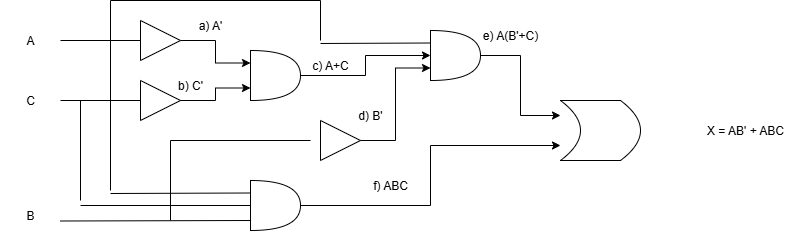
Before: Case 3 Logic circuit.drawio.png, a diagram exported from draw.io (u3309902/Pet-Feeder-Project). Source tidied: cells renumbered, new cells last; positions are measured from the earlier drawing's top-left corner, leaving out a move shared by most shapes. The source it was exported from:
```xml
<mxGraphModel>
  <root>
    <mxCell id="0" />
    <mxCell id="1" parent="0" />
    <mxCell id="2" style="triangle;whiteSpace=wrap;html=1;" parent="1" vertex="1">
      <mxGeometry x="140" y="20" width="40" height="40" as="geometry" />
    </mxCell>
    <mxCell id="3" style="triangle;whiteSpace=wrap;html=1;" parent="1" vertex="1">
      <mxGeometry x="140" y="80" width="40" height="40" as="geometry" />
    </mxCell>
    <mxCell id="4" style="shape=or;whiteSpace=wrap;html=1;" parent="1" vertex="1">
      <mxGeometry x="250" y="50" width="50" height="50" as="geometry" />
    </mxCell>
    <mxCell id="5" style="triangle;whiteSpace=wrap;html=1;" parent="1" vertex="1">
      <mxGeometry x="320" y="120" width="40" height="40" as="geometry" />
    </mxCell>
    <mxCell id="6" style="edgeStyle=orthogonalEdgeStyle;rounded=0;jettySize=auto;html=1;exitX=1;exitY=0.5;exitDx=0;exitDy=0;exitPerimeter=0;entryX=1;entryY=0.25;entryDx=0;entryDy=0;" parent="1" edge="1" source="7" target="10">
      <mxGeometry relative="1" as="geometry" />
    </mxCell>
    <mxCell id="7" style="shape=or;whiteSpace=wrap;html=1;" parent="1" vertex="1">
      <mxGeometry x="250" y="180" width="50" height="50" as="geometry" />
    </mxCell>
    <mxCell id="8" style="edgeStyle=orthogonalEdgeStyle;rounded=0;jettySize=auto;html=1;exitX=1;exitY=0.5;exitDx=0;exitDy=0;exitPerimeter=0;entryX=1;entryY=0.75;entryDx=0;entryDy=0;" parent="1" edge="1" source="9" target="10">
      <mxGeometry relative="1" as="geometry" />
    </mxCell>
    <mxCell id="9" style="shape=or;whiteSpace=wrap;html=1;" parent="1" vertex="1">
      <mxGeometry x="430" y="30" width="50" height="50" as="geometry" />
    </mxCell>
    <mxCell id="10" style="shape=dataStorage;whiteSpace=wrap;html=1;fixedSize=1;direction=west;" parent="1" vertex="1">
      <mxGeometry x="560" y="100" width="80" height="60" as="geometry" />
    </mxCell>
    <mxCell id="11" style="edgeStyle=orthogonalEdgeStyle;rounded=0;jettySize=auto;html=1;exitX=1;exitY=0.5;exitDx=0;exitDy=0;entryX=0;entryY=0.25;entryDx=0;entryDy=0;entryPerimeter=0;" parent="1" edge="1" source="2" target="4">
      <mxGeometry relative="1" as="geometry" />
    </mxCell>
    <mxCell id="12" style="edgeStyle=orthogonalEdgeStyle;rounded=0;jettySize=auto;html=1;exitX=1;exitY=0.5;exitDx=0;exitDy=0;entryX=0;entryY=0.75;entryDx=0;entryDy=0;entryPerimeter=0;" parent="1" edge="1" source="3" target="4">
      <mxGeometry relative="1" as="geometry" />
    </mxCell>
    <mxCell id="13" style="endArrow=none;html=1;rounded=0;entryX=0;entryY=0.5;entryDx=0;entryDy=0;" parent="1" edge="1" target="2">
      <mxGeometry relative="1" as="geometry">
        <mxPoint x="60" y="40" as="sourcePoint" />
        <Array as="points">
          <mxPoint x="110" y="40" />
        </Array>
      </mxGeometry>
    </mxCell>
    <mxCell id="14" style="endArrow=none;html=1;rounded=0;entryX=0;entryY=0.5;entryDx=0;entryDy=0;" parent="1" edge="1">
      <mxGeometry relative="1" as="geometry">
        <mxPoint x="60" y="100" as="sourcePoint" />
        <mxPoint x="140" y="100" as="targetPoint" />
      </mxGeometry>
    </mxCell>
    <mxCell id="15" style="endArrow=none;html=1;rounded=0;entryX=0;entryY=0.5;entryDx=0;entryDy=0;" parent="1" edge="1">
      <mxGeometry relative="1" as="geometry">
        <mxPoint x="60" y="220.5" as="sourcePoint" />
        <mxPoint x="250" y="220" as="targetPoint" />
      </mxGeometry>
    </mxCell>
    <mxCell id="16" style="endArrow=none;html=1;rounded=0;" parent="1" edge="1">
      <mxGeometry relative="1" as="geometry">
        <mxPoint x="80" y="100" as="sourcePoint" />
        <mxPoint x="80" y="200" as="targetPoint" />
      </mxGeometry>
    </mxCell>
    <mxCell id="17" style="endArrow=none;html=1;rounded=0;" parent="1" edge="1">
      <mxGeometry relative="1" as="geometry">
        <mxPoint x="110" y="40" as="sourcePoint" />
        <mxPoint x="110" y="190" as="targetPoint" />
      </mxGeometry>
    </mxCell>
    <mxCell id="18" style="endArrow=none;html=1;rounded=0;entryX=0;entryY=0.25;entryDx=0;entryDy=0;entryPerimeter=0;" parent="1" edge="1" target="7">
      <mxGeometry relative="1" as="geometry">
        <mxPoint x="110" y="193" as="sourcePoint" />
      </mxGeometry>
    </mxCell>
    <mxCell id="19" style="endArrow=none;html=1;rounded=0;entryX=0;entryY=0.5;entryDx=0;entryDy=0;entryPerimeter=0;" parent="1" edge="1" target="7">
      <mxGeometry relative="1" as="geometry">
        <mxPoint x="80" y="205" as="sourcePoint" />
      </mxGeometry>
    </mxCell>
    <mxCell id="20" style="endArrow=none;html=1;rounded=0;" parent="1" edge="1">
      <mxGeometry relative="1" as="geometry">
        <mxPoint x="170" y="220" as="sourcePoint" />
        <mxPoint x="170" y="140" as="targetPoint" />
      </mxGeometry>
    </mxCell>
    <mxCell id="21" style="endArrow=none;html=1;rounded=0;" parent="1" edge="1">
      <mxGeometry relative="1" as="geometry">
        <mxPoint x="170" y="140" as="sourcePoint" />
        <mxPoint x="310" y="140" as="targetPoint" />
      </mxGeometry>
    </mxCell>
    <mxCell id="22" style="edgeStyle=orthogonalEdgeStyle;rounded=0;jettySize=auto;html=1;exitX=1;exitY=0.5;exitDx=0;exitDy=0;entryX=0;entryY=0.75;entryDx=0;entryDy=0;entryPerimeter=0;" parent="1" edge="1" source="5" target="9">
      <mxGeometry relative="1" as="geometry" />
    </mxCell>
    <mxCell id="23" style="edgeStyle=orthogonalEdgeStyle;rounded=0;jettySize=auto;html=1;exitX=1;exitY=0.5;exitDx=0;exitDy=0;exitPerimeter=0;entryX=0;entryY=0.5;entryDx=0;entryDy=0;entryPerimeter=0;" parent="1" edge="1" source="4" target="9">
      <mxGeometry relative="1" as="geometry" />
    </mxCell>
    <mxCell id="24" style="endArrow=none;html=1;rounded=0;" parent="1" edge="1">
      <mxGeometry relative="1" as="geometry">
        <mxPoint x="110" y="40" as="sourcePoint" />
        <mxPoint x="110" as="targetPoint" />
      </mxGeometry>
    </mxCell>
    <mxCell id="25" style="endArrow=none;html=1;rounded=0;" parent="1" edge="1">
      <mxGeometry relative="1" as="geometry">
        <mxPoint x="110" as="sourcePoint" />
        <mxPoint x="320" as="targetPoint" />
      </mxGeometry>
    </mxCell>
    <mxCell id="26" style="endArrow=none;html=1;rounded=0;" parent="1" edge="1">
      <mxGeometry relative="1" as="geometry">
        <mxPoint x="320" as="sourcePoint" />
        <mxPoint x="320" y="40" as="targetPoint" />
      </mxGeometry>
    </mxCell>
    <mxCell id="27" style="endArrow=none;html=1;rounded=0;entryX=0;entryY=0.25;entryDx=0;entryDy=0;entryPerimeter=0;" parent="1" edge="1" target="9">
      <mxGeometry relative="1" as="geometry">
        <mxPoint x="320" y="43" as="sourcePoint" />
      </mxGeometry>
    </mxCell>
    <mxCell id="28" value="a) A'" style="text;strokeColor=none;align=center;fillColor=none;html=1;verticalAlign=middle;whiteSpace=wrap;rounded=0;" parent="1" vertex="1">
      <mxGeometry x="180" y="10" width="60" height="30" as="geometry" />
    </mxCell>
    <mxCell id="29" value="A" style="text;strokeColor=none;align=center;fillColor=none;html=1;verticalAlign=middle;whiteSpace=wrap;rounded=0;" parent="1" vertex="1">
      <mxGeometry y="25" width="60" height="30" as="geometry" />
    </mxCell>
    <mxCell id="30" value="C" style="text;strokeColor=none;align=center;fillColor=none;html=1;verticalAlign=middle;whiteSpace=wrap;rounded=0;" parent="1" vertex="1">
      <mxGeometry y="85" width="60" height="30" as="geometry" />
    </mxCell>
    <mxCell id="31" value="B" style="text;strokeColor=none;align=center;fillColor=none;html=1;verticalAlign=middle;whiteSpace=wrap;rounded=0;" parent="1" vertex="1">
      <mxGeometry y="200" width="60" height="30" as="geometry" />
    </mxCell>
    <mxCell id="32" value="d) B'" style="text;strokeColor=none;align=center;fillColor=none;html=1;verticalAlign=middle;whiteSpace=wrap;rounded=0;" parent="1" vertex="1">
      <mxGeometry x="340" y="100" width="60" height="30" as="geometry" />
    </mxCell>
    <mxCell id="33" value="b) C'" style="text;strokeColor=none;align=center;fillColor=none;html=1;verticalAlign=middle;whiteSpace=wrap;rounded=0;" parent="1" vertex="1">
      <mxGeometry x="160" y="70" width="60" height="30" as="geometry" />
    </mxCell>
    <mxCell id="34" value="c) A+C" style="text;strokeColor=none;align=center;fillColor=none;html=1;verticalAlign=middle;whiteSpace=wrap;rounded=0;" parent="1" vertex="1">
      <mxGeometry x="300" y="50" width="60" height="30" as="geometry" />
    </mxCell>
    <mxCell id="35" value="e) A(B'+C)" style="text;strokeColor=none;align=center;fillColor=none;html=1;verticalAlign=middle;whiteSpace=wrap;rounded=0;" parent="1" vertex="1">
      <mxGeometry x="480" y="20" width="60" height="30" as="geometry" />
    </mxCell>
    <mxCell id="36" value="f) ABC" style="text;strokeColor=none;align=center;fillColor=none;html=1;verticalAlign=middle;whiteSpace=wrap;rounded=0;" parent="1" vertex="1">
      <mxGeometry x="360" y="170" width="60" height="30" as="geometry" />
    </mxCell>
    <mxCell id="37" value="X = AB' + ABC" style="text;strokeColor=none;align=center;fillColor=none;html=1;verticalAlign=middle;whiteSpace=wrap;rounded=0;" parent="1" vertex="1">
      <mxGeometry x="700" y="115" width="90" height="30" as="geometry" />
    </mxCell>
  </root>
</mxGraphModel>
```
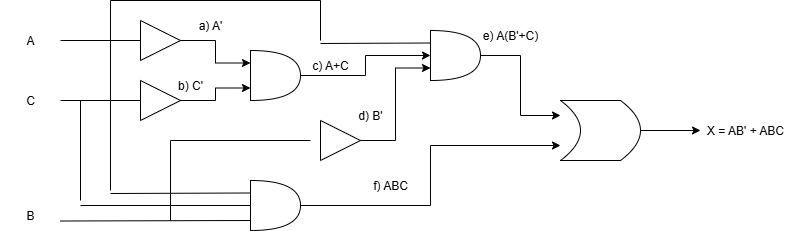
Above is the later version.

The edit, as a diff of the source:
```diff
@@ -26,6 +26,9 @@
     <mxCell id="9" style="shape=or;whiteSpace=wrap;html=1;" parent="1" vertex="1">
       <mxGeometry x="430" y="30" width="50" height="50" as="geometry" />
     </mxCell>
+    <mxCell id="38" style="edgeStyle=orthogonalEdgeStyle;rounded=0;jettySize=auto;html=1;exitX=0;exitY=0.5;exitDx=0;exitDy=0;entryX=0;entryY=0.5;entryDx=0;entryDy=0;" parent="1" edge="1" source="10" target="37">
+      <mxGeometry relative="1" as="geometry" />
+    </mxCell>
     <mxCell id="10" style="shape=dataStorage;whiteSpace=wrap;html=1;fixedSize=1;direction=west;" parent="1" vertex="1">
       <mxGeometry x="560" y="100" width="80" height="60" as="geometry" />
     </mxCell>
```
